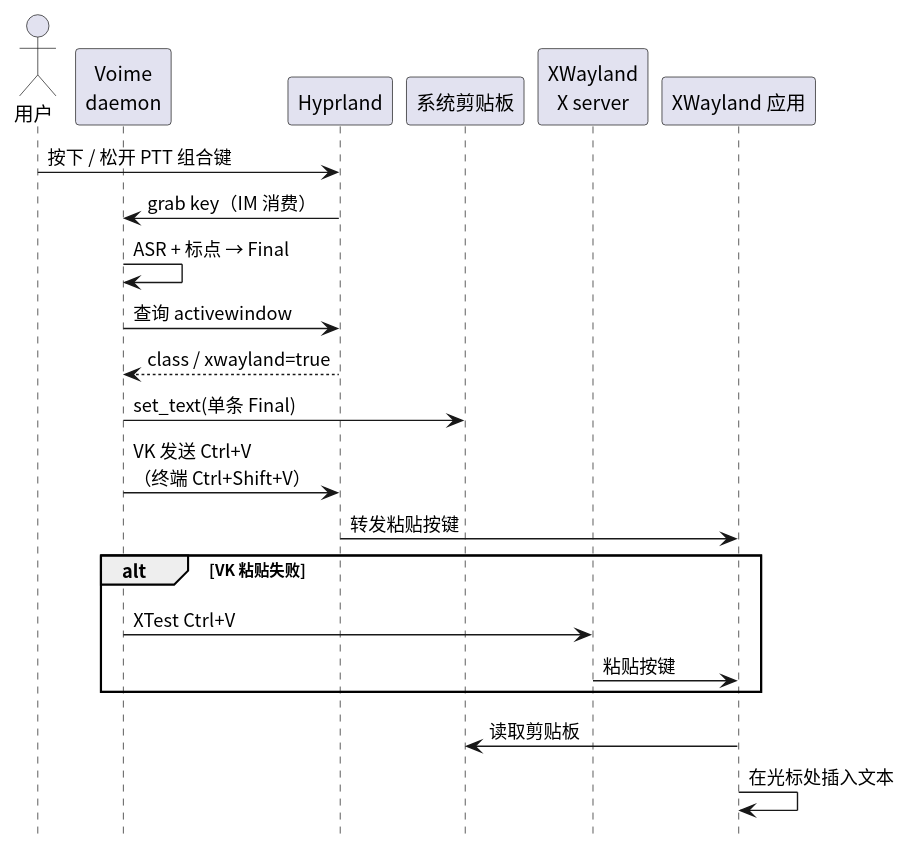
This is diagram/seq-xwayland.svg from 54m43lJ/voime, a PlantUML export, as it was before one commit.
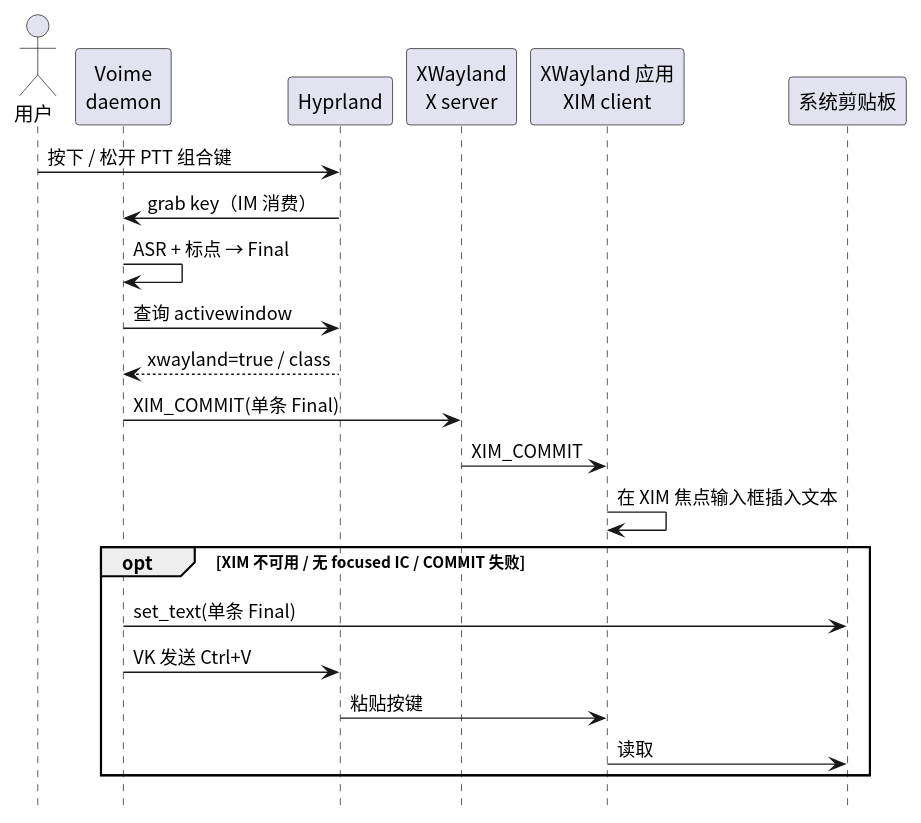
The same file after the commit.

Diff of the diagram source:
```diff
@@ -6,22 +6,24 @@
 actor "用户" as User
 participant "Voime\ndaemon" as Voime
 participant "Hyprland" as Compositor
+participant "XWayland\nX server" as Xwayland
+participant "XWayland 应用\nXIM client" as App
 participant "系统剪贴板" as Clip
-participant "XWayland\nX server" as Xwayland
-participant "XWayland 应用" as App
 
 User -> Compositor : 按下 / 松开 PTT 组合键
 Compositor -> Voime : grab key（IM 消费）
 Voime -> Voime : ASR + 标点 → Final
 Voime -> Compositor : 查询 activewindow
-Compositor --> Voime : class / xwayland=true
-Voime -> Clip : set_text(单条 Final)
-Voime -> Compositor : VK 发送 Ctrl+V\n（终端 Ctrl+Shift+V）
-Compositor -> App : 转发粘贴按键
-alt VK 粘贴失败
-  Voime -> Xwayland : XTest Ctrl+V
-  Xwayland -> App : 粘贴按键
+Compositor --> Voime : xwayland=true / class
+
+Voime -> Xwayland : XIM_COMMIT(单条 Final)
+Xwayland -> App : XIM_COMMIT
+App -> App : 在 XIM 焦点输入框插入文本
+
+opt XIM 不可用 / 无 focused IC / COMMIT 失败
+  Voime -> Clip : set_text(单条 Final)
+  Voime -> Compositor : VK 发送 Ctrl+V
+  Compositor -> App : 粘贴按键
+  App -> Clip : 读取
 end
-App -> Clip : 读取剪贴板
-App -> App : 在光标处插入文本
 @enduml
```
